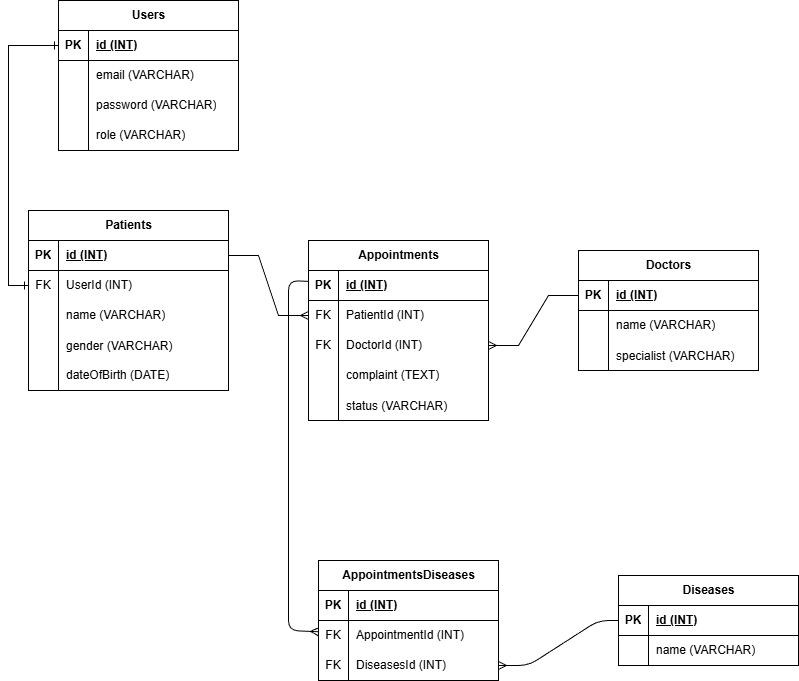
Above: schema-db-Haidok.drawio.png in MaulanaAkhmad25/pair-project (draw.io), before the change. Source tidied: cells renumbered, new cells last; positions are measured from the earlier drawing's top-left corner, leaving out a move shared by most shapes.
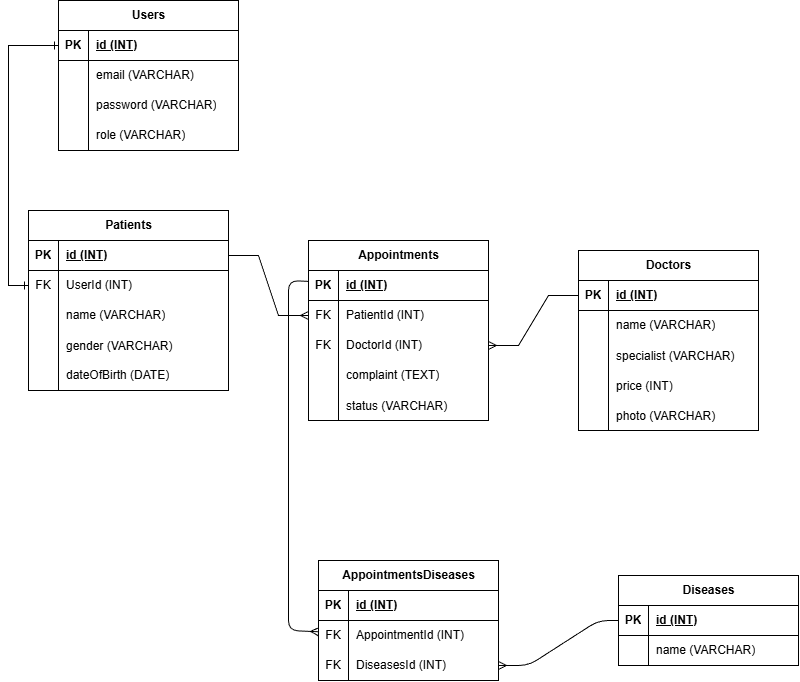
After the commit.

Diff of the diagram source:
```diff
@@ -51,7 +51,7 @@
       <mxGeometry x="30" width="170" height="30" as="geometry" />
     </mxCell>
     <mxCell id="18" value="Doctors" style="shape=table;startSize=30;rowLines=0;fontStyle=1;align=center;html=1;" parent="1" vertex="1">
-      <mxGeometry x="570" y="250" width="180" height="120" as="geometry" />
+      <mxGeometry x="570" y="250" width="180" height="180" as="geometry" />
     </mxCell>
     <mxCell id="19" style="shape=tableRow;horizontal=0;startSize=0;swimlaneHead=0;swimlaneBody=0;fillColor=none;points=[[0,0.5],[1,0.5]];portConstraint=eastwest;top=0;left=0;right=0;bottom=1;" parent="18" vertex="1">
       <mxGeometry y="30" width="180" height="30" as="geometry" />
@@ -80,6 +80,24 @@
     <mxCell id="27" value="specialist (VARCHAR)" style="shape=partialRectangle;fillColor=none;top=0;left=0;bottom=0;right=0;align=left;spacingLeft=6;overflow=hidden;" parent="25" vertex="1">
       <mxGeometry x="30" width="150" height="30" as="geometry" />
     </mxCell>
+    <mxCell id="79" style="shape=tableRow;horizontal=0;startSize=0;swimlaneHead=0;swimlaneBody=0;fillColor=none;top=0;left=0;right=0;bottom=0;" parent="18" vertex="1">
+      <mxGeometry y="120" width="180" height="30" as="geometry" />
+    </mxCell>
+    <mxCell id="80" style="shape=partialRectangle;fillColor=none;top=0;left=0;bottom=0;right=0;overflow=hidden;" parent="79" vertex="1">
+      <mxGeometry width="30" height="30" as="geometry" />
+    </mxCell>
+    <mxCell id="81" value="price (INT)" style="shape=partialRectangle;fillColor=none;top=0;left=0;bottom=0;right=0;align=left;spacingLeft=6;overflow=hidden;" parent="79" vertex="1">
+      <mxGeometry x="30" width="150" height="30" as="geometry" />
+    </mxCell>
+    <mxCell id="82" style="shape=tableRow;horizontal=0;startSize=0;swimlaneHead=0;swimlaneBody=0;fillColor=none;top=0;left=0;right=0;bottom=0;" parent="18" vertex="1">
+      <mxGeometry y="150" width="180" height="30" as="geometry" />
+    </mxCell>
+    <mxCell id="83" style="shape=partialRectangle;fillColor=none;top=0;left=0;bottom=0;right=0;overflow=hidden;" parent="82" vertex="1">
+      <mxGeometry width="30" height="30" as="geometry" />
+    </mxCell>
+    <mxCell id="84" value="photo (VARCHAR)" style="shape=partialRectangle;fillColor=none;top=0;left=0;bottom=0;right=0;align=left;spacingLeft=6;overflow=hidden;" parent="82" vertex="1">
+      <mxGeometry x="30" width="150" height="30" as="geometry" />
+    </mxCell>
     <mxCell id="28" value="Diseases" style="shape=table;startSize=30;rowLines=0;fontStyle=1;align=center;html=1;" parent="1" vertex="1">
       <mxGeometry x="610" y="575" width="180" height="90" as="geometry" />
     </mxCell>
```
